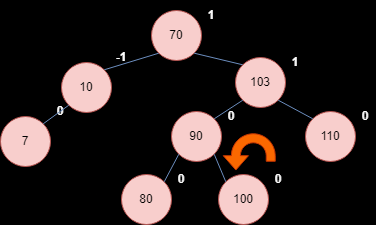
Earlier version of the draw.io export arbolBin.png (AnaTuPatrona/pepito). Source tidied: cells renumbered, new cells last; positions are measured from the earlier drawing's top-left corner, leaving out a move shared by most shapes.
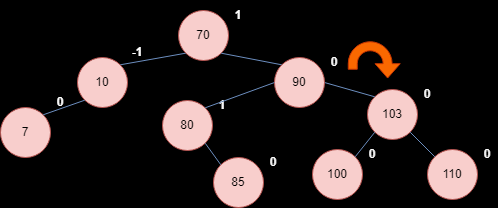
The same diagram one commit later.

Diff of the diagram source:
```diff
@@ -6,16 +6,16 @@
       <mxGeometry relative="1" as="geometry" />
     </mxCell>
     <mxCell id="3" style="group;" parent="1" vertex="1">
-      <mxGeometry x="121" y="164" width="70" height="60" as="geometry" />
+      <mxGeometry x="135" y="90" width="70" height="60" as="geometry" />
     </mxCell>
     <mxCell id="4" value="80" style="ellipse;whiteSpace=wrap;html=1;fillColor=#f8cecc;strokeColor=#b85450;" parent="3" vertex="1">
       <mxGeometry y="10" width="50" height="50" as="geometry" />
     </mxCell>
-    <mxCell id="5" value="0" style="text;html=1;align=center;verticalAlign=middle;whiteSpace=wrap;rounded=0;fontFamily=Helvetica;fontSize=12;glass=0;shadow=0;dashed=1;dashPattern=8 8;fontStyle=1;fontColor=#FAFAFA;" parent="3" vertex="1">
+    <mxCell id="5" value="1" style="text;html=1;align=center;verticalAlign=middle;whiteSpace=wrap;rounded=0;fontFamily=Helvetica;fontSize=12;glass=0;shadow=0;dashed=1;dashPattern=8 8;fontStyle=1;fontColor=#FAFAFA;" parent="3" vertex="1">
       <mxGeometry x="50" width="20" height="30" as="geometry" />
     </mxCell>
     <mxCell id="6" style="group;" parent="1" vertex="1">
-      <mxGeometry x="61" y="42" width="70" height="70" as="geometry" />
+      <mxGeometry x="50" y="37" width="70" height="70" as="geometry" />
     </mxCell>
     <mxCell id="7" value="10" style="ellipse;whiteSpace=wrap;html=1;fillColor=#f8cecc;strokeColor=#b85450;" parent="6" vertex="1">
       <mxGeometry y="20" width="50" height="50" as="geometry" />
@@ -32,29 +32,29 @@
     <mxCell id="11" value="1" style="text;html=1;align=center;verticalAlign=middle;whiteSpace=wrap;rounded=0;fontFamily=Helvetica;fontSize=12;glass=0;shadow=0;dashed=1;dashPattern=8 8;fontStyle=1;fontColor=#FAFAFA;" parent="9" vertex="1">
       <mxGeometry x="50" width="20" height="30" as="geometry" />
     </mxCell>
-    <mxCell id="12" style="endArrow=none;html=1;rounded=0;fontFamily=Helvetica;fontSize=12;fontColor=default;exitX=1;exitY=1;exitDx=0;exitDy=0;fillColor=#dae8fc;strokeColor=#6c8ebf;entryX=0;entryY=0;entryDx=0;entryDy=0;" parent="1" edge="1" source="10" target="16">
+    <mxCell id="12" style="endArrow=none;html=1;rounded=0;fontFamily=Helvetica;fontSize=12;fontColor=default;exitX=1;exitY=1;exitDx=0;exitDy=0;fillColor=#dae8fc;strokeColor=#6c8ebf;entryX=0;entryY=0;entryDx=0;entryDy=0;" parent="1" edge="1" source="10" target="28">
       <mxGeometry relative="1" as="geometry" />
     </mxCell>
-    <mxCell id="13" style="html=1;shadow=0;dashed=0;align=center;verticalAlign=middle;shape=mxgraph.arrows2.uTurnArrow;dy=4.5;arrowHead=25.23;dx2=14.37;strokeColor=#C73500;fontFamily=Helvetica;fontSize=12;fontColor=#000000;fillColor=#fa6800;rotation=90;flipH=0;flipV=1;" parent="1" vertex="1">
-      <mxGeometry x="235" y="121" width="27.5" height="52" as="geometry" />
+    <mxCell id="13" style="html=1;shadow=0;dashed=0;align=center;verticalAlign=middle;shape=mxgraph.arrows2.uTurnArrow;dy=4.5;arrowHead=25.23;dx2=14.37;strokeColor=#C73500;fontFamily=Helvetica;fontSize=12;fontColor=#000000;fillColor=#fa6800;rotation=90;flipH=0;flipV=0;" parent="1" vertex="1">
+      <mxGeometry x="333" y="29" width="27.5" height="52" as="geometry" />
     </mxCell>
     <mxCell id="14" style="edgeStyle=orthogonalEdgeStyle;rounded=0;jettySize=auto;html=1;fontFamily=Helvetica;fontSize=12;fontColor=#FAFAFA;strokeColor=none;" parent="1" edge="1" source="8" target="10">
       <mxGeometry relative="1" as="geometry" />
     </mxCell>
     <mxCell id="15" style="group;" parent="1" vertex="1">
-      <mxGeometry x="235" y="47" width="70" height="60" as="geometry" />
+      <mxGeometry x="340" y="79" width="70" height="60" as="geometry" />
     </mxCell>
     <mxCell id="16" value="103" style="ellipse;whiteSpace=wrap;html=1;fillColor=#f8cecc;strokeColor=#b85450;" parent="15" vertex="1">
       <mxGeometry y="10" width="50" height="50" as="geometry" />
     </mxCell>
-    <mxCell id="17" value="1" style="text;html=1;align=center;verticalAlign=middle;whiteSpace=wrap;rounded=0;fontFamily=Helvetica;fontSize=12;glass=0;shadow=0;dashed=1;dashPattern=8 8;fontStyle=1;fontColor=#FAFAFA;" parent="15" vertex="1">
+    <mxCell id="17" value="0" style="text;html=1;align=center;verticalAlign=middle;whiteSpace=wrap;rounded=0;fontFamily=Helvetica;fontSize=12;glass=0;shadow=0;dashed=1;dashPattern=8 8;fontStyle=1;fontColor=#FAFAFA;" parent="15" vertex="1">
       <mxGeometry x="50" width="20" height="30" as="geometry" />
     </mxCell>
-    <mxCell id="18" style="endArrow=none;html=1;rounded=0;fontFamily=Helvetica;fontSize=12;fontColor=default;fillColor=#dae8fc;strokeColor=#6c8ebf;entryX=0;entryY=1;entryDx=0;entryDy=0;exitX=1;exitY=0;exitDx=0;exitDy=0;" parent="1" edge="1" source="28" target="16">
+    <mxCell id="18" style="endArrow=none;html=1;rounded=0;fontFamily=Helvetica;fontSize=12;fontColor=default;fillColor=#dae8fc;strokeColor=#6c8ebf;entryX=0;entryY=0;entryDx=0;entryDy=0;exitX=1;exitY=0.5;exitDx=0;exitDy=0;" parent="1" edge="1" source="28" target="16">
       <mxGeometry relative="1" as="geometry" />
     </mxCell>
     <mxCell id="19" style="group;" parent="1" vertex="1">
-      <mxGeometry x="305" y="101" width="70" height="60" as="geometry" />
+      <mxGeometry x="400" y="139" width="70" height="60" as="geometry" />
     </mxCell>
     <mxCell id="20" value="110" style="ellipse;whiteSpace=wrap;html=1;fillColor=#f8cecc;strokeColor=#b85450;" parent="19" vertex="1">
       <mxGeometry y="10" width="50" height="50" as="geometry" />
@@ -66,7 +66,7 @@
       <mxGeometry relative="1" as="geometry" />
     </mxCell>
     <mxCell id="23" style="group;" parent="1" vertex="1">
-      <mxGeometry y="96" width="70" height="70" as="geometry" />
+      <mxGeometry x="-27" y="87" width="70" height="70" as="geometry" />
     </mxCell>
     <mxCell id="24" value="7" style="ellipse;whiteSpace=wrap;html=1;fillColor=#f8cecc;strokeColor=#b85450;" parent="23" vertex="1">
       <mxGeometry y="20" width="50" height="50" as="geometry" />
@@ -78,7 +78,7 @@
       <mxGeometry relative="1" as="geometry" />
     </mxCell>
     <mxCell id="27" style="group;" parent="1" vertex="1">
-      <mxGeometry x="171" y="101" width="70" height="60" as="geometry" />
+      <mxGeometry x="247" y="47" width="70" height="60" as="geometry" />
     </mxCell>
     <mxCell id="28" value="90" style="ellipse;whiteSpace=wrap;html=1;fillColor=#f8cecc;strokeColor=#b85450;" parent="27" vertex="1">
       <mxGeometry y="10" width="50" height="50" as="geometry" />
@@ -86,11 +86,11 @@
     <mxCell id="29" value="0" style="text;html=1;align=center;verticalAlign=middle;whiteSpace=wrap;rounded=0;fontFamily=Helvetica;fontSize=12;glass=0;shadow=0;dashed=1;dashPattern=8 8;fontStyle=1;fontColor=#FAFAFA;" parent="27" vertex="1">
       <mxGeometry x="50" width="20" height="30" as="geometry" />
     </mxCell>
-    <mxCell id="30" style="endArrow=none;html=1;rounded=0;fontFamily=Helvetica;fontSize=12;fontColor=default;exitX=1;exitY=0;exitDx=0;exitDy=0;fillColor=#dae8fc;strokeColor=#6c8ebf;entryX=0;entryY=1;entryDx=0;entryDy=0;" parent="1" edge="1" source="4" target="28">
+    <mxCell id="30" style="endArrow=none;html=1;rounded=0;fontFamily=Helvetica;fontSize=12;fontColor=default;exitX=1;exitY=0;exitDx=0;exitDy=0;fillColor=#dae8fc;strokeColor=#6c8ebf;entryX=0;entryY=0.5;entryDx=0;entryDy=0;" parent="1" edge="1" source="4" target="28">
       <mxGeometry relative="1" as="geometry" />
     </mxCell>
     <mxCell id="31" style="group;" parent="1" vertex="1">
-      <mxGeometry x="218" y="164" width="70" height="60" as="geometry" />
+      <mxGeometry x="285" y="139" width="70" height="60" as="geometry" />
     </mxCell>
     <mxCell id="32" value="100" style="ellipse;whiteSpace=wrap;html=1;fillColor=#f8cecc;strokeColor=#b85450;" parent="31" vertex="1">
       <mxGeometry y="10" width="50" height="50" as="geometry" />
@@ -98,8 +98,20 @@
     <mxCell id="33" value="0" style="text;html=1;align=center;verticalAlign=middle;whiteSpace=wrap;rounded=0;fontFamily=Helvetica;fontSize=12;glass=0;shadow=0;dashed=1;dashPattern=8 8;fontStyle=1;fontColor=#FAFAFA;" parent="31" vertex="1">
       <mxGeometry x="50" width="20" height="30" as="geometry" />
     </mxCell>
-    <mxCell id="34" style="endArrow=none;html=1;rounded=0;fontFamily=Helvetica;fontSize=12;fontColor=default;exitX=1;exitY=1;exitDx=0;exitDy=0;fillColor=#dae8fc;strokeColor=#6c8ebf;entryX=0;entryY=0;entryDx=0;entryDy=0;" parent="1" edge="1" source="28" target="32">
+    <mxCell id="34" style="endArrow=none;html=1;rounded=0;fontFamily=Helvetica;fontSize=12;fontColor=default;fillColor=#dae8fc;strokeColor=#6c8ebf;entryX=1;entryY=0;entryDx=0;entryDy=0;exitX=0;exitY=1;exitDx=0;exitDy=0;" parent="1" edge="1" source="16" target="32">
       <mxGeometry relative="1" as="geometry" />
     </mxCell>
+    <mxCell id="35" style="group;" parent="1" vertex="1">
+      <mxGeometry x="186" y="147" width="70" height="60" as="geometry" />
+    </mxCell>
+    <mxCell id="36" value="85" style="ellipse;whiteSpace=wrap;html=1;fillColor=#f8cecc;strokeColor=#b85450;" parent="35" vertex="1">
+      <mxGeometry y="10" width="50" height="50" as="geometry" />
+    </mxCell>
+    <mxCell id="37" value="0" style="text;html=1;align=center;verticalAlign=middle;whiteSpace=wrap;rounded=0;fontFamily=Helvetica;fontSize=12;glass=0;shadow=0;dashed=1;dashPattern=8 8;fontStyle=1;fontColor=#FAFAFA;" parent="35" vertex="1">
+      <mxGeometry x="50" width="20" height="30" as="geometry" />
+    </mxCell>
+    <mxCell id="38" style="endArrow=none;html=1;rounded=0;fontFamily=Helvetica;fontSize=12;fontColor=default;exitX=1;exitY=1;exitDx=0;exitDy=0;fillColor=#dae8fc;strokeColor=#6c8ebf;entryX=0;entryY=0;entryDx=0;entryDy=0;" parent="1" edge="1" source="4" target="36">
+      <mxGeometry relative="1" as="geometry" />
+    </mxCell>
   </root>
 </mxGraphModel>
```
